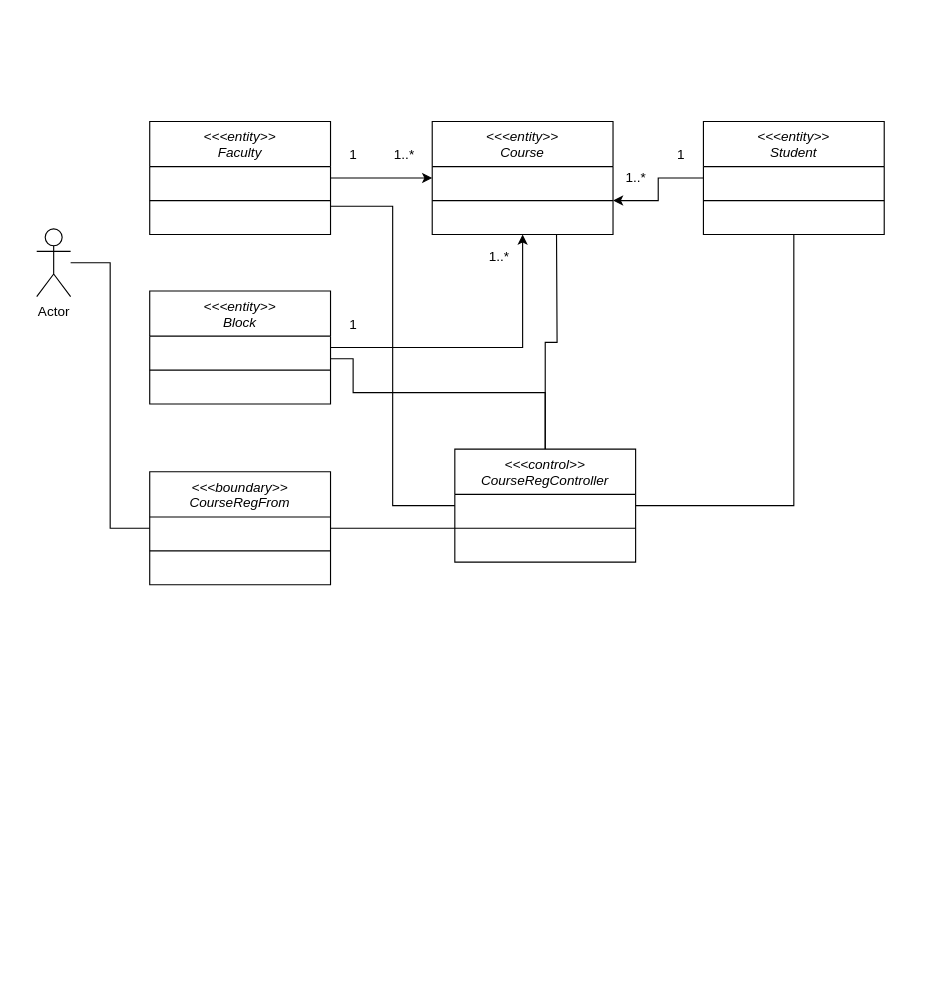
Earlier version of the draw.io diagram page "VOPC" (1 of 2) of documentation/assets/VOPC-Collaboration.drawio (odbayar1231/cs425-CRS). Source tidied: cells renumbered, new cells numbered last; positions are measured from the earlier drawing's top-left corner, leaving out a move shared by most shapes. Both pictures are drawn from the tidied source at 113%, with x=0, y=0 at pixel (36, 121).
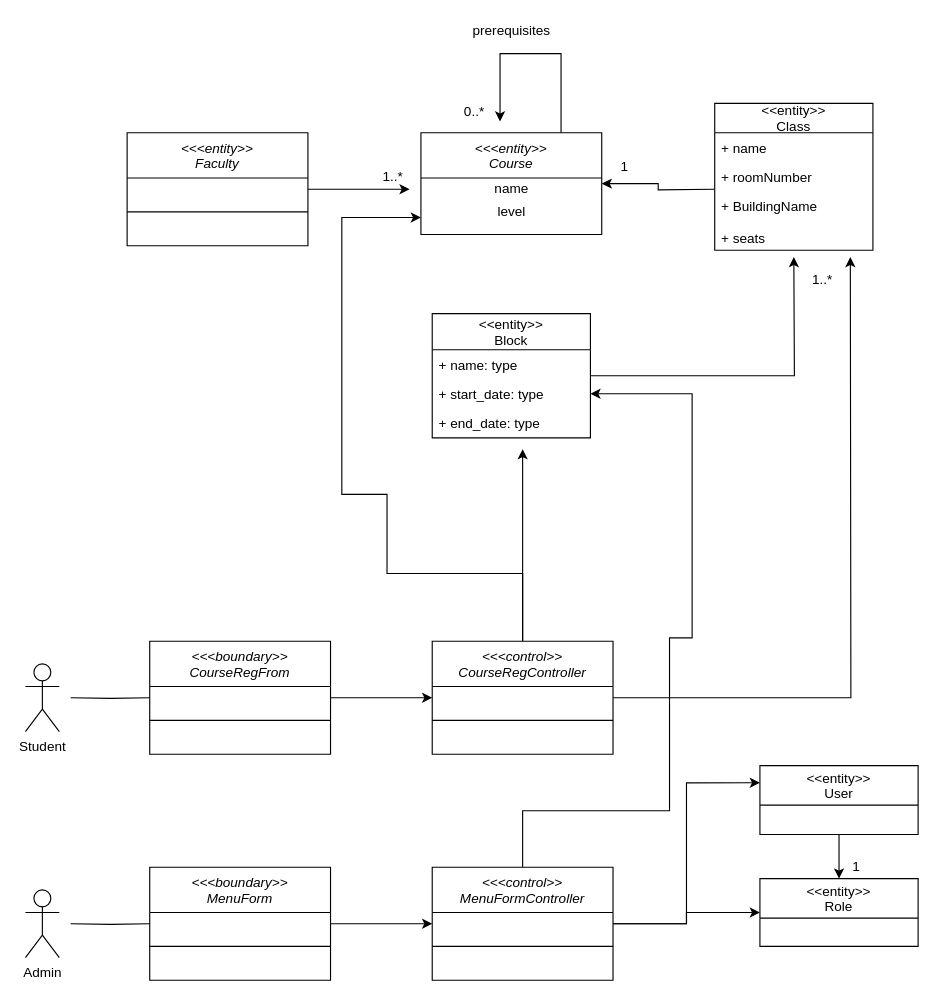
The same page after the edit.

Commit message (it also covers changes not shown here):
change VOPC and add presentation for analysis.

What changed in the source:
```diff
@@
-    <mxCell id="2" style="edgeStyle=orthogonalEdgeStyle;rounded=0;jettySize=auto;html=1;entryX=0;entryY=0.5;entryDx=0;entryDy=0;" parent="1" edge="1" source="3" target="10">
-      <mxGeometry relative="1" as="geometry" />
-    </mxCell>
+    <mxCell id="30" style="edgeStyle=orthogonalEdgeStyle;rounded=0;jettySize=auto;html=1;" parent="1" edge="1" source="3">
+      <mxGeometry relative="1" as="geometry">
+        <mxPoint x="330" y="60" as="targetPoint" />
+      </mxGeometry>
+    </mxCell>
     <mxCell id="3" value="&lt;&lt;&lt;entity&gt;&gt;&#10;Faculty&#10;" style="swimlane;fontStyle=2;align=center;verticalAlign=top;horizontal=1;startSize=40;rounded=0;shadow=0;strokeWidth=1;" parent="1" vertex="1">
-      <mxGeometry x="100" width="160" height="100" as="geometry" />
+      <mxGeometry x="80" y="10" width="160" height="100" as="geometry" />
     </mxCell>
@@
-    <mxCell id="5" style="edgeStyle=orthogonalEdgeStyle;rounded=0;jettySize=auto;html=1;entryX=0;entryY=0.5;entryDx=0;entryDy=0;endArrow=none;endFill=0;" parent="1" edge="1" source="6" target="21">
-      <mxGeometry relative="1" as="geometry" />
+    <mxCell id="5" style="edgeStyle=orthogonalEdgeStyle;rounded=0;jettySize=auto;html=1;entryX=0;entryY=0.5;entryDx=0;entryDy=0;endArrow=none;endFill=0;" parent="1" edge="1" target="21">
+      <mxGeometry relative="1" as="geometry">
+        <mxPoint x="30" y="510" as="sourcePoint" />
+      </mxGeometry>
     </mxCell>
-    <mxCell id="6" value="Actor" style="shape=umlActor;verticalLabelPosition=bottom;labelBackgroundColor=#ffffff;verticalAlign=top;html=1;outlineConnect=0;" parent="1" vertex="1">
-      <mxGeometry y="95" width="30" height="60" as="geometry" />
+    <mxCell id="6" value="Student" style="shape=umlActor;verticalLabelPosition=bottom;labelBackgroundColor=#ffffff;verticalAlign=top;html=1;outlineConnect=0;" parent="1" vertex="1">
+      <mxGeometry x="-10" y="480" width="30" height="60" as="geometry" />
     </mxCell>
-    <mxCell id="7" style="edgeStyle=orthogonalEdgeStyle;rounded=0;jettySize=auto;html=1;" parent="1" edge="1" source="8" target="11">
-      <mxGeometry relative="1" as="geometry" />
-    </mxCell>
-    <mxCell id="8" value="&lt;&lt;&lt;entity&gt;&gt;&#10;Student" style="swimlane;fontStyle=2;align=center;verticalAlign=top;horizontal=1;startSize=40;rounded=0;shadow=0;strokeWidth=1;" parent="1" vertex="1">
-      <mxGeometry x="590" width="160" height="100" as="geometry" />
-    </mxCell>
-    <mxCell id="9" style="line;html=1;strokeWidth=1;align=left;verticalAlign=middle;spacingTop=-1;spacingLeft=3;spacingRight=3;labelPosition=right;" parent="8" vertex="1">
-      <mxGeometry y="40" width="160" height="60" as="geometry" />
-    </mxCell>
+    <mxCell id="31" style="edgeStyle=orthogonalEdgeStyle;rounded=0;jettySize=auto;html=1;entryX=1;entryY=0.5;entryDx=0;entryDy=0;" parent="1" edge="1" target="10">
+      <mxGeometry relative="1" as="geometry">
+        <mxPoint x="600" y="60" as="sourcePoint" />
+      </mxGeometry>
+    </mxCell>
+    <mxCell id="32" style="edgeStyle=orthogonalEdgeStyle;rounded=0;jettySize=auto;html=1;" parent="1" edge="1" source="10">
+      <mxGeometry relative="1" as="geometry">
+        <mxPoint x="410" as="targetPoint" />
+        <Array as="points">
+          <mxPoint x="464" y="-60" />
+          <mxPoint x="410" y="-60" />
+        </Array>
+      </mxGeometry>
+    </mxCell>
     <mxCell id="10" value="&lt;&lt;&lt;entity&gt;&gt;&#10;Course" style="swimlane;fontStyle=2;align=center;verticalAlign=top;horizontal=1;startSize=40;rounded=0;shadow=0;strokeWidth=1;" parent="1" vertex="1">
-      <mxGeometry x="350" width="160" height="100" as="geometry" />
+      <mxGeometry x="340" y="10" width="160" height="90" as="geometry" />
     </mxCell>
-    <mxCell id="11" style="line;html=1;strokeWidth=1;align=left;verticalAlign=middle;spacingTop=-1;spacingLeft=3;spacingRight=3;labelPosition=right;points=[];portConstraint=eastwest;" parent="10" vertex="1">
-      <mxGeometry y="40" width="160" height="60" as="geometry" />
-    </mxCell>
-    <mxCell id="12" value="1" style="text;html=1;align=center;verticalAlign=middle;" parent="1" vertex="1">
-      <mxGeometry x="270" y="20" width="20" height="20" as="geometry" />
-    </mxCell>
-    <mxCell id="13" value="1..*" style="text;html=1;align=center;verticalAlign=middle;" parent="1" vertex="1">
-      <mxGeometry x="310" y="20" width="30" height="20" as="geometry" />
-    </mxCell>
-    <mxCell id="14" style="edgeStyle=orthogonalEdgeStyle;rounded=0;jettySize=auto;html=1;entryX=0.5;entryY=1;entryDx=0;entryDy=0;" parent="1" edge="1" source="15" target="10">
-      <mxGeometry relative="1" as="geometry" />
-    </mxCell>
-    <mxCell id="15" value="&lt;&lt;&lt;entity&gt;&gt;&#10;Block" style="swimlane;fontStyle=2;align=center;verticalAlign=top;horizontal=1;startSize=40;rounded=0;shadow=0;strokeWidth=1;" parent="1" vertex="1">
-      <mxGeometry x="100" y="150" width="160" height="100" as="geometry" />
-    </mxCell>
-    <mxCell id="16" style="line;html=1;strokeWidth=1;align=left;verticalAlign=middle;spacingTop=-1;spacingLeft=3;spacingRight=3;labelPosition=right;" parent="15" vertex="1">
-      <mxGeometry y="40" width="160" height="60" as="geometry" />
-    </mxCell>
-    <mxCell id="17" value="1" style="text;html=1;align=center;verticalAlign=middle;" parent="1" vertex="1">
-      <mxGeometry x="270" y="170" width="20" height="20" as="geometry" />
-    </mxCell>
-    <mxCell id="18" value="1..*" style="text;html=1;align=center;verticalAlign=middle;" parent="1" vertex="1">
-      <mxGeometry x="394" y="110" width="30" height="20" as="geometry" />
-    </mxCell>
-    <mxCell id="19" value="1" style="text;html=1;align=center;verticalAlign=middle;" parent="1" vertex="1">
-      <mxGeometry x="560" y="20" width="20" height="20" as="geometry" />
-    </mxCell>
-    <mxCell id="20" value="1..*" style="text;html=1;align=center;verticalAlign=middle;" parent="1" vertex="1">
-      <mxGeometry x="515" y="40" width="30" height="20" as="geometry" />
-    </mxCell>
+    <mxCell id="33" value="name" style="text;html=1;align=center;verticalAlign=middle;" parent="10" vertex="1">
+      <mxGeometry y="40" width="160" height="20" as="geometry" />
+    </mxCell>
+    <mxCell id="34" value="level" style="text;html=1;align=center;verticalAlign=middle;" parent="10" vertex="1">
+      <mxGeometry y="60" width="160" height="20" as="geometry" />
+    </mxCell>
+    <mxCell id="35" style="edgeStyle=orthogonalEdgeStyle;rounded=0;jettySize=auto;html=1;entryX=0;entryY=0.5;entryDx=0;entryDy=0;" parent="1" edge="1" source="21" target="28">
+      <mxGeometry relative="1" as="geometry" />
+    </mxCell>
     <mxCell id="21" value="&lt;&lt;&lt;boundary&gt;&gt;&#10;CourseRegFrom" style="swimlane;fontStyle=2;align=center;verticalAlign=top;horizontal=1;startSize=40;rounded=0;shadow=0;strokeWidth=1;" parent="1" vertex="1">
-      <mxGeometry x="100" y="310" width="160" height="100" as="geometry" />
+      <mxGeometry x="100" y="460" width="160" height="100" as="geometry" />
     </mxCell>
@@
-    <mxCell id="23" style="edgeStyle=orthogonalEdgeStyle;rounded=0;jettySize=auto;html=1;endArrow=none;endFill=0;" parent="1" edge="1" source="28">
-      <mxGeometry relative="1" as="geometry">
-        <mxPoint x="460" y="100" as="targetPoint" />
-      </mxGeometry>
-    </mxCell>
-    <mxCell id="24" style="edgeStyle=orthogonalEdgeStyle;rounded=0;jettySize=auto;html=1;endArrow=none;endFill=0;" parent="1" edge="1" source="28">
-      <mxGeometry relative="1" as="geometry">
-        <mxPoint x="260" y="210" as="targetPoint" />
-        <Array as="points">
-          <mxPoint x="450" y="240" />
-          <mxPoint x="280" y="240" />
-          <mxPoint x="280" y="210" />
-        </Array>
-      </mxGeometry>
-    </mxCell>
-    <mxCell id="25" style="edgeStyle=orthogonalEdgeStyle;rounded=0;jettySize=auto;html=1;entryX=0.5;entryY=1;entryDx=0;entryDy=0;endArrow=none;endFill=0;" parent="1" edge="1" source="28" target="8">
-      <mxGeometry relative="1" as="geometry" />
-    </mxCell>
-    <mxCell id="26" style="edgeStyle=orthogonalEdgeStyle;rounded=0;jettySize=auto;html=1;entryX=1;entryY=0.75;entryDx=0;entryDy=0;endArrow=none;endFill=0;" parent="1" edge="1" source="28" target="3">
-      <mxGeometry relative="1" as="geometry" />
-    </mxCell>
-    <mxCell id="27" style="edgeStyle=orthogonalEdgeStyle;rounded=0;jettySize=auto;html=1;entryX=1;entryY=0.5;entryDx=0;entryDy=0;endArrow=none;endFill=0;" parent="1" edge="1" source="28" target="21">
-      <mxGeometry relative="1" as="geometry">
-        <Array as="points">
-          <mxPoint x="340" y="360" />
-          <mxPoint x="340" y="360" />
-        </Array>
-      </mxGeometry>
-    </mxCell>
+    <mxCell id="36" style="edgeStyle=orthogonalEdgeStyle;rounded=0;jettySize=auto;html=1;" parent="1" edge="1" source="28">
+      <mxGeometry relative="1" as="geometry">
+        <mxPoint x="430" y="290" as="targetPoint" />
+      </mxGeometry>
+    </mxCell>
+    <mxCell id="37" style="edgeStyle=orthogonalEdgeStyle;rounded=0;jettySize=auto;html=1;" parent="1" edge="1" source="28">
+      <mxGeometry relative="1" as="geometry">
+        <mxPoint x="720" y="120" as="targetPoint" />
+      </mxGeometry>
+    </mxCell>
+    <mxCell id="38" style="edgeStyle=orthogonalEdgeStyle;rounded=0;jettySize=auto;html=1;" parent="1" edge="1" source="28">
+      <mxGeometry relative="1" as="geometry">
+        <mxPoint x="340" y="85" as="targetPoint" />
+        <Array as="points">
+          <mxPoint x="430" y="400" />
+          <mxPoint x="310" y="400" />
+          <mxPoint x="310" y="330" />
+          <mxPoint x="270" y="330" />
+          <mxPoint x="270" y="85" />
+        </Array>
+      </mxGeometry>
+    </mxCell>
     <mxCell id="28" value="&lt;&lt;&lt;control&gt;&gt;&#10;CourseRegController" style="swimlane;fontStyle=2;align=center;verticalAlign=top;horizontal=1;startSize=40;rounded=0;shadow=0;strokeWidth=1;" parent="1" vertex="1">
-      <mxGeometry x="370" y="290" width="160" height="100" as="geometry" />
+      <mxGeometry x="350" y="460" width="160" height="100" as="geometry" />
     </mxCell>
@@
+    <mxCell id="39" value="1..*" style="text;html=1;align=center;verticalAlign=middle;" parent="1" vertex="1">
+      <mxGeometry x="300" y="39" width="30" height="20" as="geometry" />
+    </mxCell>
+    <mxCell id="40" value="prerequisites" style="text;html=1;align=center;verticalAlign=middle;" parent="1" vertex="1">
+      <mxGeometry x="380" y="-90" width="80" height="20" as="geometry" />
+    </mxCell>
+    <mxCell id="41" value="0..*" style="text;html=1;align=center;verticalAlign=middle;" parent="1" vertex="1">
+      <mxGeometry x="372" y="-18" width="30" height="20" as="geometry" />
+    </mxCell>
+    <mxCell id="42" value="1" style="text;html=1;align=center;verticalAlign=middle;" parent="1" vertex="1">
+      <mxGeometry x="510" y="30" width="20" height="20" as="geometry" />
+    </mxCell>
+    <mxCell id="43" value="&lt;&lt;entity&gt;&gt;&#10;Class" style="swimlane;fontStyle=0;horizontal=1;startSize=26;fillColor=none;" parent="1" vertex="1">
+      <mxGeometry x="600" y="-16" width="140" height="130" as="geometry" />
+    </mxCell>
+    <mxCell id="44" value="+ name" style="text;strokeColor=none;fillColor=none;align=left;verticalAlign=top;spacingLeft=4;spacingRight=4;overflow=hidden;" parent="43" vertex="1">
+      <mxGeometry y="26" width="140" height="26" as="geometry" />
+    </mxCell>
+    <mxCell id="45" value="+ roomNumber" style="text;strokeColor=none;fillColor=none;align=left;verticalAlign=top;spacingLeft=4;spacingRight=4;overflow=hidden;" parent="43" vertex="1">
+      <mxGeometry y="52" width="140" height="26" as="geometry" />
+    </mxCell>
+    <mxCell id="46" value="+ BuildingName&#10;&#10;+ seats" style="text;strokeColor=none;fillColor=none;align=left;verticalAlign=top;spacingLeft=4;spacingRight=4;overflow=hidden;" parent="43" vertex="1">
+      <mxGeometry y="78" width="140" height="52" as="geometry" />
+    </mxCell>
+    <mxCell id="47" style="edgeStyle=orthogonalEdgeStyle;rounded=0;jettySize=auto;html=1;" parent="1" edge="1" source="48">
+      <mxGeometry relative="1" as="geometry">
+        <mxPoint x="670" y="120" as="targetPoint" />
+      </mxGeometry>
+    </mxCell>
+    <mxCell id="48" value="&lt;&lt;entity&gt;&gt;&#10;Block" style="swimlane;fontStyle=0;horizontal=1;startSize=32;fillColor=none;" parent="1" vertex="1">
+      <mxGeometry x="350" y="170" width="140" height="110" as="geometry" />
+    </mxCell>
+    <mxCell id="49" value="+ name: type" style="text;strokeColor=none;fillColor=none;align=left;verticalAlign=top;spacingLeft=4;spacingRight=4;overflow=hidden;" parent="48" vertex="1">
+      <mxGeometry y="32" width="140" height="26" as="geometry" />
+    </mxCell>
+    <mxCell id="50" value="+ start_date: type" style="text;strokeColor=none;fillColor=none;align=left;verticalAlign=top;spacingLeft=4;spacingRight=4;overflow=hidden;points=[[0,0.5],[1,0.5]];portConstraint=eastwest;" parent="48" vertex="1">
+      <mxGeometry y="58" width="140" height="26" as="geometry" />
+    </mxCell>
+    <mxCell id="51" value="+ end_date: type" style="text;strokeColor=none;fillColor=none;align=left;verticalAlign=top;spacingLeft=4;spacingRight=4;overflow=hidden;" parent="48" vertex="1">
+      <mxGeometry y="84" width="140" height="26" as="geometry" />
+    </mxCell>
+    <mxCell id="52" value="1..*" style="text;html=1;align=center;verticalAlign=middle;" parent="1" vertex="1">
+      <mxGeometry x="680" y="130" width="30" height="20" as="geometry" />
+    </mxCell>
+    <mxCell id="53" style="edgeStyle=orthogonalEdgeStyle;rounded=0;jettySize=auto;html=1;entryX=0.5;entryY=0;entryDx=0;entryDy=0;" parent="1" edge="1" source="54" target="55">
+      <mxGeometry relative="1" as="geometry" />
+    </mxCell>
+    <mxCell id="54" value="&lt;&lt;entity&gt;&gt;&#10;User" style="swimlane;fontStyle=0;horizontal=1;startSize=35;fillColor=none;" parent="1" vertex="1">
+      <mxGeometry x="640" y="570" width="140" height="61" as="geometry" />
+    </mxCell>
+    <mxCell id="55" value="&lt;&lt;entity&gt;&gt;&#10;Role" style="swimlane;fontStyle=0;horizontal=1;startSize=35;fillColor=none;" parent="1" vertex="1">
+      <mxGeometry x="640" y="670" width="140" height="60" as="geometry" />
+    </mxCell>
+    <mxCell id="56" value="1" style="text;html=1;align=center;verticalAlign=middle;" parent="1" vertex="1">
+      <mxGeometry x="715" y="650" width="20" height="20" as="geometry" />
+    </mxCell>
+    <mxCell id="57" style="edgeStyle=orthogonalEdgeStyle;rounded=0;jettySize=auto;html=1;entryX=0;entryY=0.5;entryDx=0;entryDy=0;endArrow=none;endFill=0;" parent="1" edge="1" target="60">
+      <mxGeometry relative="1" as="geometry">
+        <mxPoint x="30" y="710" as="sourcePoint" />
+      </mxGeometry>
+    </mxCell>
+    <mxCell id="58" value="Admin" style="shape=umlActor;verticalLabelPosition=bottom;labelBackgroundColor=#ffffff;verticalAlign=top;html=1;" parent="1" vertex="1">
+      <mxGeometry x="-10" y="680" width="30" height="60" as="geometry" />
+    </mxCell>
+    <mxCell id="59" style="edgeStyle=orthogonalEdgeStyle;rounded=0;jettySize=auto;html=1;entryX=0;entryY=0.5;entryDx=0;entryDy=0;" parent="1" edge="1" source="60" target="65">
+      <mxGeometry relative="1" as="geometry" />
+    </mxCell>
+    <mxCell id="60" value="&lt;&lt;&lt;boundary&gt;&gt;&#10;MenuForm" style="swimlane;fontStyle=2;align=center;verticalAlign=top;horizontal=1;startSize=40;rounded=0;shadow=0;strokeWidth=1;" parent="1" vertex="1">
+      <mxGeometry x="100" y="660" width="160" height="100" as="geometry" />
+    </mxCell>
+    <mxCell id="61" style="line;html=1;strokeWidth=1;align=left;verticalAlign=middle;spacingTop=-1;spacingLeft=3;spacingRight=3;labelPosition=right;" parent="60" vertex="1">
+      <mxGeometry y="40" width="160" height="60" as="geometry" />
+    </mxCell>
+    <mxCell id="62" style="edgeStyle=orthogonalEdgeStyle;rounded=0;jettySize=auto;html=1;entryX=0;entryY=0.25;entryDx=0;entryDy=0;" parent="1" edge="1" source="65" target="54">
+      <mxGeometry relative="1" as="geometry" />
+    </mxCell>
+    <mxCell id="63" style="edgeStyle=orthogonalEdgeStyle;rounded=0;jettySize=auto;html=1;entryX=0;entryY=0.5;entryDx=0;entryDy=0;" parent="1" edge="1" source="65" target="55">
+      <mxGeometry relative="1" as="geometry" />
+    </mxCell>
+    <mxCell id="64" style="edgeStyle=orthogonalEdgeStyle;rounded=0;jettySize=auto;html=1;entryX=1;entryY=0.5;entryDx=0;entryDy=0;" parent="1" edge="1" source="65" target="50">
+      <mxGeometry relative="1" as="geometry">
+        <Array as="points">
+          <mxPoint x="430" y="610" />
+          <mxPoint x="560" y="610" />
+          <mxPoint x="560" y="457" />
+          <mxPoint x="580" y="457" />
+          <mxPoint x="580" y="241" />
+        </Array>
+      </mxGeometry>
+    </mxCell>
+    <mxCell id="65" value="&lt;&lt;&lt;control&gt;&gt;&#10;MenuFormController" style="swimlane;fontStyle=2;align=center;verticalAlign=top;horizontal=1;startSize=40;rounded=0;shadow=0;strokeWidth=1;" parent="1" vertex="1">
+      <mxGeometry x="350" y="660" width="160" height="100" as="geometry" />
+    </mxCell>
+    <mxCell id="66" style="line;html=1;strokeWidth=1;align=left;verticalAlign=middle;spacingTop=-1;spacingLeft=3;spacingRight=3;labelPosition=right;" parent="65" vertex="1">
+      <mxGeometry y="40" width="160" height="60" as="geometry" />
+    </mxCell>
```
